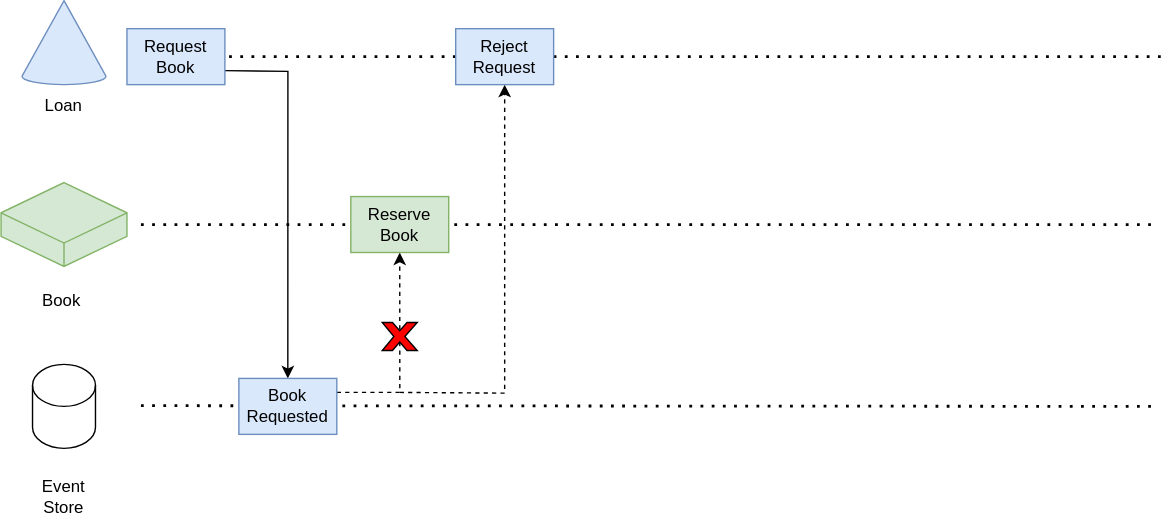
Before: implementing-sagas/diagrams/error-path-book-1.svg, a diagram exported from draw.io (open-cqrs/opencqrs-samples). Source tidied: cells renumbered, new cells last; positions are measured from the earlier drawing's top-left corner, leaving out a move shared by most shapes.
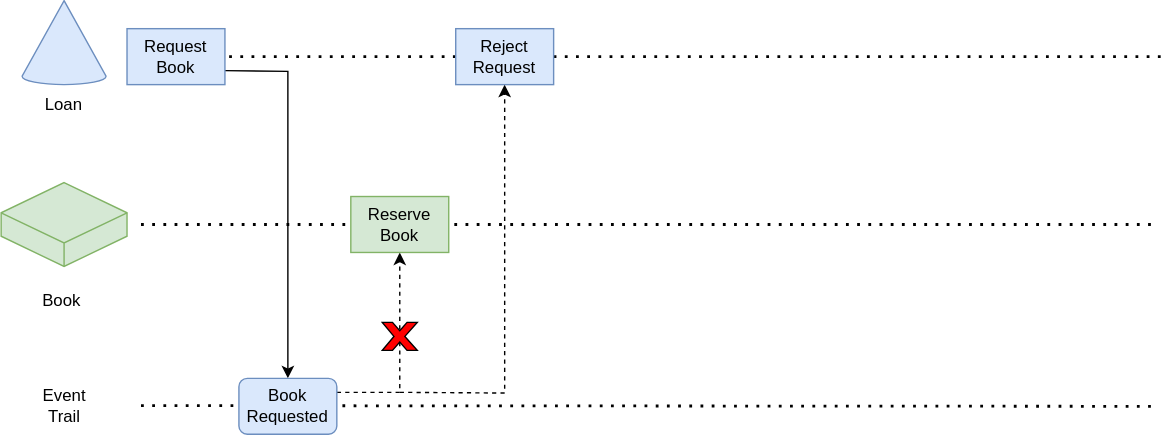
The same file after the commit.

The edit, as a diff of the source:
```diff
@@ -14,18 +14,12 @@
         <mxPoint x="825" y="160" as="targetPoint" />
       </mxGeometry>
     </mxCell>
-    <mxCell id="4" style="shape=cylinder3;whiteSpace=wrap;html=1;boundedLbl=1;backgroundOutline=1;size=15;" parent="1" vertex="1">
-      <mxGeometry x="22.5" y="260" width="45" height="60" as="geometry" />
-    </mxCell>
     <mxCell id="5" style="endArrow=none;dashed=1;html=1;dashPattern=1 3;strokeWidth=2;rounded=0;" parent="1" edge="1">
       <mxGeometry relative="1" as="geometry">
         <mxPoint x="100" y="289.5" as="sourcePoint" />
         <mxPoint x="825" y="290" as="targetPoint" />
       </mxGeometry>
     </mxCell>
-    <mxCell id="6" value="Event&lt;br&gt;Store" style="text;html=1;align=center;verticalAlign=middle;whiteSpace=wrap;rounded=0;" parent="1" vertex="1">
-      <mxGeometry x="15" y="340" width="60" height="30" as="geometry" />
-    </mxCell>
     <mxCell id="7" style="verticalLabelPosition=bottom;verticalAlign=top;html=1;shape=mxgraph.basic.cone2;dx=0.5;dy=0.9;fillColor=#dae8fc;strokeColor=#6c8ebf;" parent="1" vertex="1">
       <mxGeometry x="15" width="60" height="60" as="geometry" />
     </mxCell>
@@ -40,7 +34,7 @@
     <mxCell id="10" style="edgeStyle=orthogonalEdgeStyle;rounded=0;jettySize=auto;html=1;exitX=1;exitY=0.25;exitDx=0;exitDy=0;entryX=0.5;entryY=1;entryDx=0;entryDy=0;dashed=1;" parent="1" edge="1" source="11" target="12">
       <mxGeometry relative="1" as="geometry" />
     </mxCell>
-    <mxCell id="11" value="Book&lt;br&gt;Requested" style="rounded=0;whiteSpace=wrap;html=1;fillColor=#dae8fc;strokeColor=#6c8ebf;" parent="1" vertex="1">
+    <mxCell id="11" value="Book&lt;br&gt;Requested" style="rounded=1;whiteSpace=wrap;html=1;fillColor=#dae8fc;strokeColor=#6c8ebf;" parent="1" vertex="1">
       <mxGeometry x="170" y="270" width="70" height="40" as="geometry" />
     </mxCell>
     <mxCell id="12" value="Reserve&lt;br&gt;Book" style="rounded=0;whiteSpace=wrap;html=1;fillColor=#d5e8d4;strokeColor=#82b366;" parent="1" vertex="1">
@@ -66,6 +60,9 @@
     <mxCell id="18" style="verticalLabelPosition=bottom;verticalAlign=top;html=1;shape=mxgraph.basic.x;fillColor=#FF0000;" parent="1" vertex="1">
       <mxGeometry x="272.5" y="230" width="25" height="20" as="geometry" />
     </mxCell>
+    <mxCell id="20" value="Event&lt;br&gt;Trail" style="text;html=1;align=center;verticalAlign=middle;strokeColor=none;fillColor=none;" parent="1" vertex="1">
+      <mxGeometry x="20" y="270" width="50" height="40" as="geometry" />
+    </mxCell>
     <mxCell id="19" value="Commands &amp; Events" parent="0" />
   </root>
 </mxGraphModel>
```
